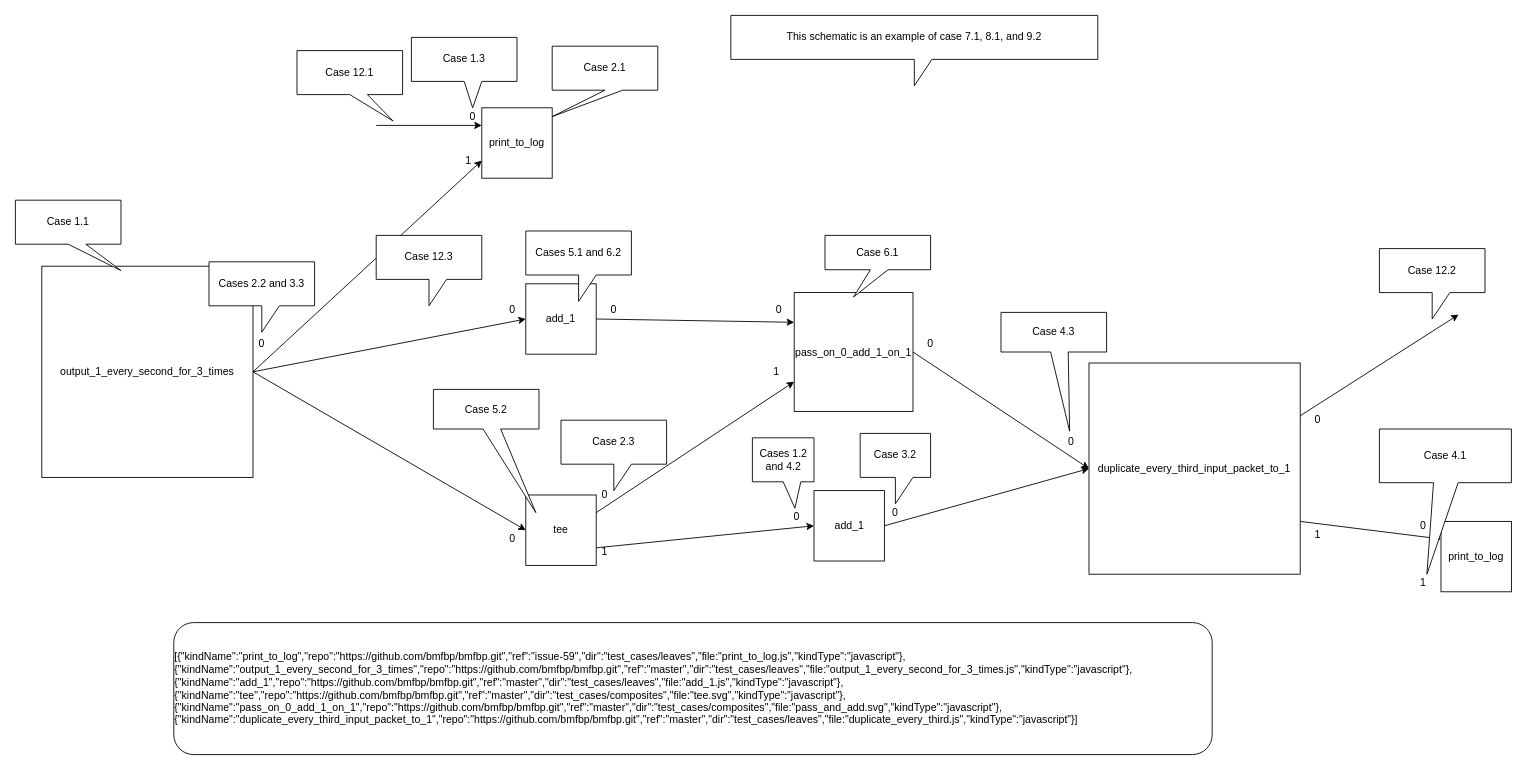
Earlier version of the draw.io diagram page "top_level" (1 of 3) of test_cases/all_diagrams.drawio (bmfbp/bmfbp). Source tidied: cells renumbered, new cells numbered last; positions are measured from the earlier drawing's top-left corner, leaving out a move shared by most shapes. Both pictures are drawn from the tidied source at 88%, with x=0, y=0 at pixel (15, 15).
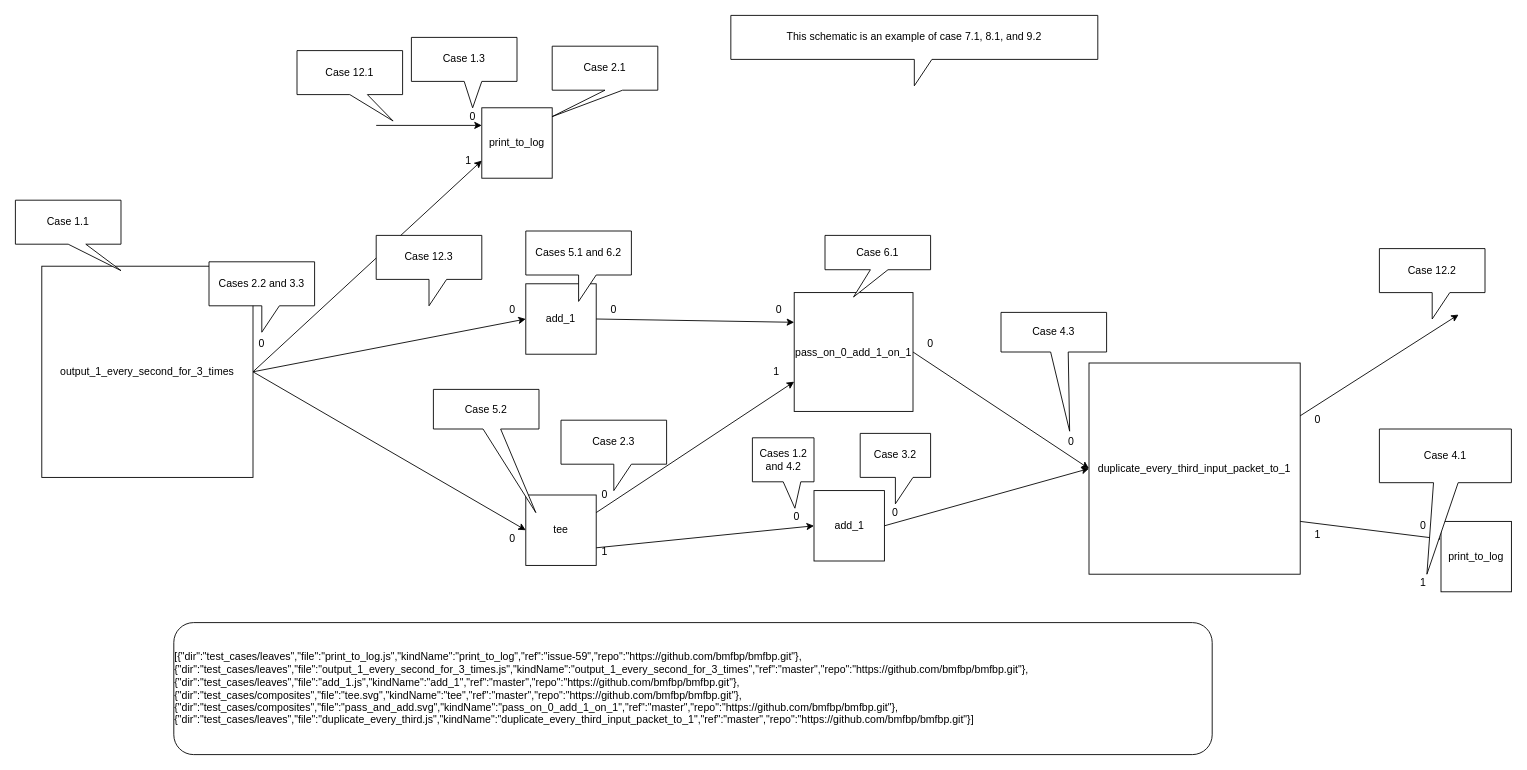
The same page after the edit.

Diff of the diagram source:
```diff
@@
-    <mxCell id="49" value="&lt;div style=&quot;text-align: left&quot;&gt;&lt;div&gt;&lt;div&gt;&lt;span&gt;[{&quot;kindName&quot;:&quot;print_to_log&quot;,&quot;repo&quot;:&quot;https://github.com/bmfbp/bmfbp.git&quot;,&quot;ref&quot;:&quot;issue-59&quot;,&quot;dir&quot;:&quot;test_cases/leaves&quot;,&quot;file:&quot;print_to_log.js&quot;,&quot;kindType&quot;:&quot;javascript&quot;},{&quot;kindName&quot;:&quot;output_1_every_second_for_3_times&quot;,&quot;repo&quot;:&quot;https://github.com/bmfbp/bmfbp.git&quot;,&quot;ref&quot;:&quot;master&quot;,&quot;dir&quot;:&quot;test_cases/leaves&quot;,&quot;file:&quot;output_1_every_second_for_3_times.js&quot;,&quot;kindType&quot;:&quot;javascript&quot;},{&quot;kindName&quot;:&quot;add_1&quot;,&quot;repo&quot;:&quot;https://github.com/bmfbp/bmfbp.git&quot;,&quot;ref&quot;:&quot;master&quot;,&quot;dir&quot;:&quot;test_cases/leaves&quot;,&quot;file:&quot;add_1.js&quot;,&quot;kindType&quot;:&quot;javascript&quot;},{&quot;kindName&quot;:&quot;tee&quot;,&quot;repo&quot;:&quot;https://github.com/bmfbp/bmfbp.git&quot;,&quot;ref&quot;:&quot;master&quot;,&quot;dir&quot;:&quot;test_cases/composites&quot;,&quot;file:&quot;tee.svg&quot;,&quot;kindType&quot;:&quot;javascript&quot;},{&quot;kindName&quot;:&quot;pass_on_0_add_1_on_1&quot;,&quot;repo&quot;:&quot;https://github.com/bmfbp/bmfbp.git&quot;,&quot;ref&quot;:&quot;master&quot;,&quot;dir&quot;:&quot;test_cases/composites&quot;,&quot;file:&quot;pass_and_add.svg&quot;,&quot;kindType&quot;:&quot;javascript&quot;},{&quot;kindName&quot;:&quot;duplicate_every_third_input_packet_to_1&quot;,&quot;repo&quot;:&quot;https://github.com/bmfbp/bmfbp.git&quot;,&quot;ref&quot;:&quot;master&quot;,&quot;dir&quot;:&quot;test_cases/leaves&quot;,&quot;file:&quot;duplicate_every_third.js&quot;,&quot;kindType&quot;:&quot;javascript&quot;}]&lt;/span&gt;&lt;br&gt;&lt;/div&gt;&lt;/div&gt;&lt;/div&gt;" style="rounded=1;whiteSpace=wrap;html=1;" parent="1" vertex="1">
+    <mxCell id="49" value="&lt;div style=&quot;text-align: left&quot;&gt;&lt;div&gt;&lt;div&gt;&lt;span&gt;[{&quot;dir&quot;:&quot;test_cases/leaves&quot;,&quot;file&quot;:&quot;print_to_log.js&quot;,&quot;kindName&quot;:&quot;print_to_log&quot;,&quot;ref&quot;:&quot;issue-59&quot;,&quot;repo&quot;:&quot;https://github.com/bmfbp/bmfbp.git&quot;},{&quot;dir&quot;:&quot;test_cases/leaves&quot;,&quot;file&quot;:&quot;output_1_every_second_for_3_times.js&quot;,&quot;kindName&quot;:&quot;output_1_every_second_for_3_times&quot;,&quot;ref&quot;:&quot;master&quot;,&quot;repo&quot;:&quot;https://github.com/bmfbp/bmfbp.git&quot;},{&quot;dir&quot;:&quot;test_cases/leaves&quot;,&quot;file&quot;:&quot;add_1.js&quot;,&quot;kindName&quot;:&quot;add_1&quot;,&quot;ref&quot;:&quot;master&quot;,&quot;repo&quot;:&quot;https://github.com/bmfbp/bmfbp.git&quot;},{&quot;dir&quot;:&quot;test_cases/composites&quot;,&quot;file&quot;:&quot;tee.svg&quot;,&quot;kindName&quot;:&quot;tee&quot;,&quot;ref&quot;:&quot;master&quot;,&quot;repo&quot;:&quot;https://github.com/bmfbp/bmfbp.git&quot;},{&quot;dir&quot;:&quot;test_cases/composites&quot;,&quot;file&quot;:&quot;pass_and_add.svg&quot;,&quot;kindName&quot;:&quot;pass_on_0_add_1_on_1&quot;,&quot;ref&quot;:&quot;master&quot;,&quot;repo&quot;:&quot;https://github.com/bmfbp/bmfbp.git&quot;},{&quot;dir&quot;:&quot;test_cases/leaves&quot;,&quot;file&quot;:&quot;duplicate_every_third.js&quot;,&quot;kindName&quot;:&quot;duplicate_every_third_input_packet_to_1&quot;,&quot;ref&quot;:&quot;master&quot;,&quot;repo&quot;:&quot;https://github.com/bmfbp/bmfbp.git&quot;}]&lt;/span&gt;&lt;br&gt;&lt;/div&gt;&lt;/div&gt;&lt;/div&gt;" style="rounded=1;whiteSpace=wrap;html=1;" parent="1" vertex="1">
       <mxGeometry x="180" y="690" width="1180" height="150" as="geometry" />
     </mxCell>
```
